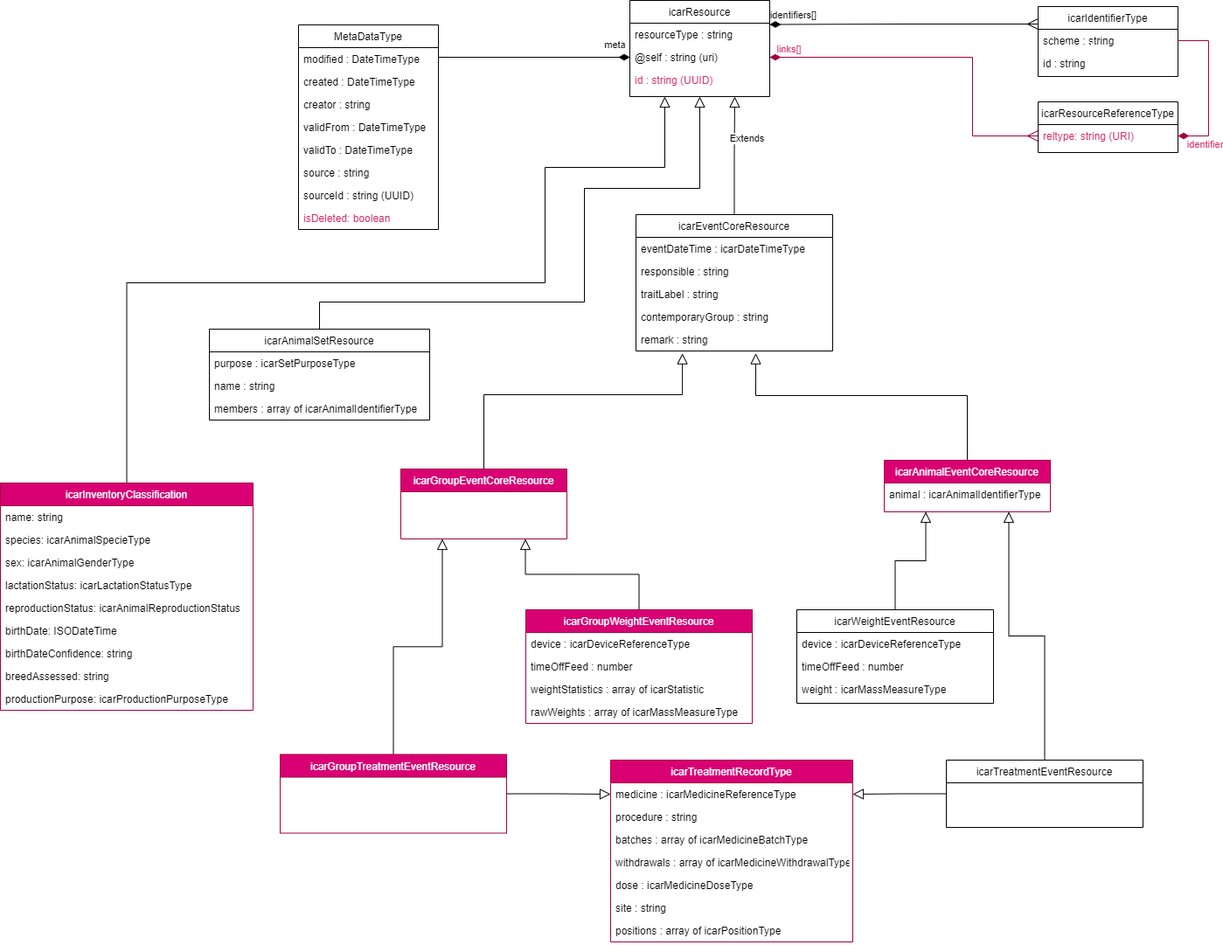
This is wiki-images/ICAR Animal Events.png from adewg/ICAR, a draw.io export, as it was before one commit. Source tidied: cells renumbered, new cells last; positions are measured from the earlier drawing's top-left corner, leaving out a move shared by most shapes.
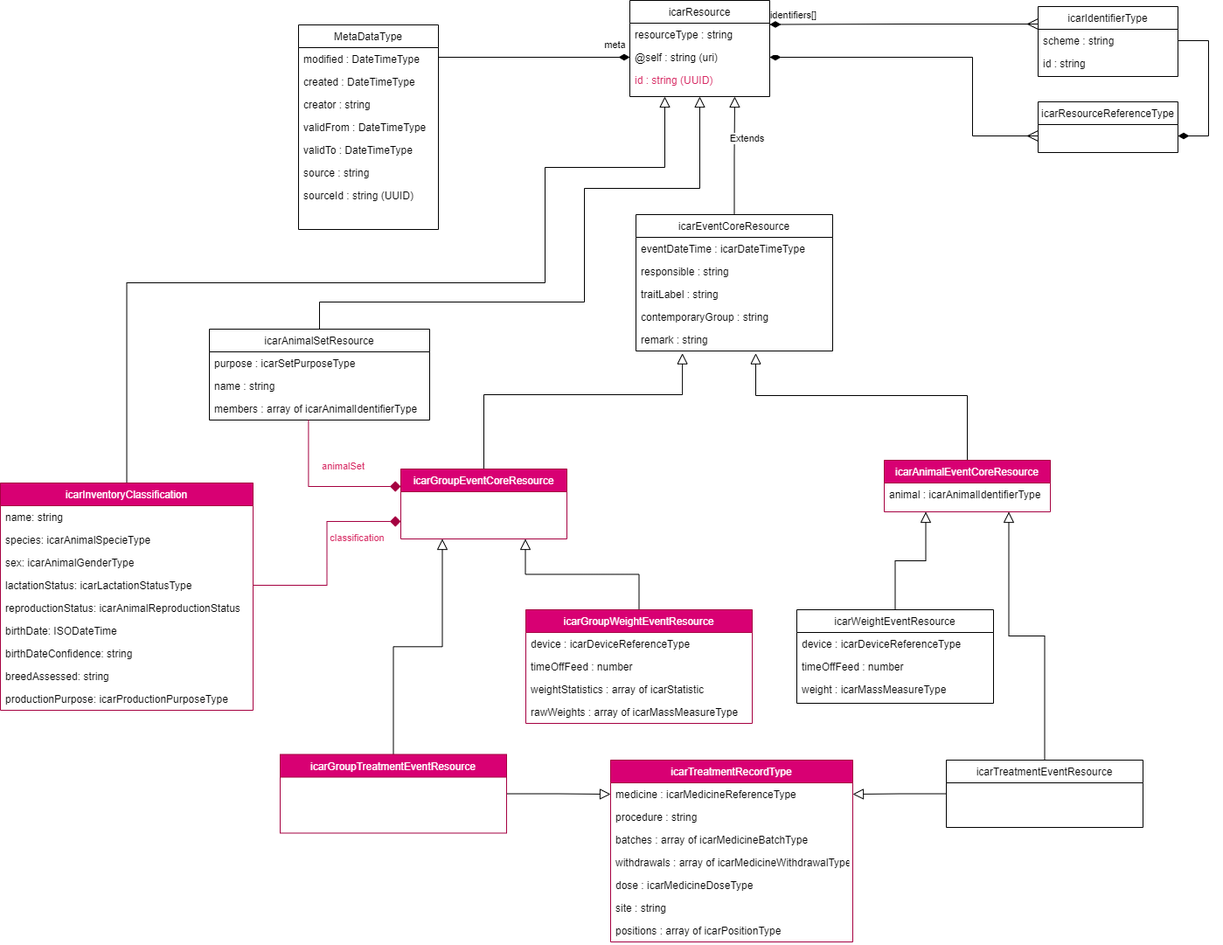
The same diagram one commit later.

Commit message:
Replace with corrected diagram links

What changed in the source:
```diff
@@ -23,7 +23,7 @@
     <mxCell id="8" value="id : string" style="text;align=left;verticalAlign=top;spacingLeft=4;spacingRight=4;overflow=hidden;rounded=0;shadow=0;html=0;" parent="6" vertex="1">
       <mxGeometry y="52" width="160" height="26" as="geometry" />
     </mxCell>
-    <mxCell id="9" value="links[]" style="edgeStyle=orthogonalEdgeStyle;rounded=0;jettySize=auto;html=1;exitX=0;exitY=0.5;exitDx=0;exitDy=0;endArrow=diamondThin;endFill=1;startArrow=ERmany;startFill=0;strokeWidth=1;endSize=10;startSize=10;fontColor=#D72B64;fillColor=#d80073;strokeColor=#A50040;entryX=1;entryY=0.5;entryDx=0;entryDy=0;" parent="1" edge="1" source="11" target="4">
+    <mxCell id="9" value="related[]" style="edgeStyle=orthogonalEdgeStyle;rounded=0;jettySize=auto;html=1;exitX=0;exitY=0.5;exitDx=0;exitDy=0;endArrow=diamondThin;endFill=1;startArrow=ERmany;startFill=0;strokeWidth=1;endSize=10;startSize=10;fontColor=#FFFFFF;entryX=1;entryY=0.5;entryDx=0;entryDy=0;" parent="1" edge="1" source="11" target="4">
       <mxGeometry x="0.89" y="-9" relative="1" as="geometry">
         <Array as="points">
           <mxPoint x="1112" y="155" />
@@ -34,7 +34,7 @@
     <mxCell id="10" value="icarResourceReferenceType" style="swimlane;fontStyle=0;align=center;verticalAlign=top;horizontal=1;startSize=26;rounded=0;shadow=0;strokeWidth=1;" parent="1" vertex="1">
       <mxGeometry x="1187" y="116" width="160" height="58" as="geometry" />
     </mxCell>
-    <mxCell id="11" value="reltype: string (URI)" style="text;align=left;verticalAlign=top;spacingLeft=4;spacingRight=4;overflow=hidden;points=[[0,0.5],[1,0.5]];portConstraint=eastwest;fontColor=#D72B64;" parent="10" vertex="1">
+    <mxCell id="11" value="reltype: string (URI)" style="text;align=left;verticalAlign=top;spacingLeft=4;spacingRight=4;overflow=hidden;points=[[0,0.5],[1,0.5]];portConstraint=eastwest;fontColor=#FFFFFF;" parent="10" vertex="1">
       <mxGeometry y="26" width="160" height="26" as="geometry" />
     </mxCell>
     <mxCell id="12" value="identifiers[]" style="edgeStyle=orthogonalEdgeStyle;rounded=0;jettySize=auto;html=1;exitX=0;exitY=0.25;exitDx=0;exitDy=0;endArrow=diamondThin;endFill=1;startArrow=ERmany;startFill=0;strokeWidth=1;endSize=10;startSize=10;entryX=1;entryY=0.25;entryDx=0;entryDy=0;" parent="1" edge="1" source="6" target="2">
@@ -72,7 +72,7 @@
     <mxCell id="21" value="sourceId : string (UUID)" style="text;align=left;verticalAlign=top;spacingLeft=4;spacingRight=4;overflow=hidden;rounded=0;shadow=0;html=0;" parent="14" vertex="1">
       <mxGeometry y="182" width="160" height="26" as="geometry" />
     </mxCell>
-    <mxCell id="22" value="isDeleted: boolean" style="text;align=left;verticalAlign=top;spacingLeft=4;spacingRight=4;overflow=hidden;rounded=0;shadow=0;html=0;fontColor=#D72B64;" parent="14" vertex="1">
+    <mxCell id="22" value="isDeleted: boolean" style="text;align=left;verticalAlign=top;spacingLeft=4;spacingRight=4;overflow=hidden;rounded=0;shadow=0;html=0;fontColor=#FFFFFF;" parent="14" vertex="1">
       <mxGeometry y="208" width="160" height="26" as="geometry" />
     </mxCell>
     <mxCell id="23" value="Extends" style="edgeStyle=orthogonalEdgeStyle;rounded=0;jettySize=auto;html=1;exitX=0.5;exitY=0;exitDx=0;exitDy=0;endArrow=block;endFill=0;strokeWidth=1;endSize=10;startSize=10;entryX=0.75;entryY=1;entryDx=0;entryDy=0;" parent="1" edge="1" source="24" target="2">
@@ -172,7 +172,7 @@
     <mxCell id="48" value="productionPurpose: icarProductionPurposeType" style="text;align=left;verticalAlign=top;spacingLeft=4;spacingRight=4;overflow=hidden;rounded=0;shadow=0;html=0;" parent="39" vertex="1">
       <mxGeometry y="234" width="289" height="26" as="geometry" />
     </mxCell>
-    <mxCell id="49" value="identifier" style="edgeStyle=orthogonalEdgeStyle;html=1;exitX=1;exitY=0.5;exitDx=0;exitDy=0;entryX=1;entryY=0.5;entryDx=0;entryDy=0;fontColor=#D72B64;endArrow=none;endFill=0;startArrow=diamondThin;startFill=1;endSize=10;startSize=10;rounded=0;fillColor=#d80073;strokeColor=#A50040;" parent="1" edge="1" source="11" target="7">
+    <mxCell id="49" value="identifier" style="edgeStyle=orthogonalEdgeStyle;html=1;exitX=1;exitY=0.5;exitDx=0;exitDy=0;entryX=1;entryY=0.5;entryDx=0;entryDy=0;fontColor=#FFFFFF;endArrow=none;endFill=0;startArrow=diamondThin;startFill=1;endSize=10;startSize=10;rounded=0;" parent="1" edge="1" source="11" target="7">
       <mxGeometry x="-0.66" y="-10" relative="1" as="geometry">
         <Array as="points">
           <mxPoint x="1382" y="155" />
@@ -188,6 +188,12 @@
         </Array>
       </mxGeometry>
     </mxCell>
+    <mxCell id="77" value="animalSet" style="edgeStyle=orthogonalEdgeStyle;rounded=0;html=1;exitX=0;exitY=0.25;exitDx=0;exitDy=0;entryX=0.45;entryY=1;entryDx=0;entryDy=0;entryPerimeter=0;fontColor=#D72B64;startArrow=diamond;startFill=1;endArrow=none;endFill=0;startSize=10;endSize=10;fillColor=#d80073;strokeColor=#A50040;" parent="1" edge="1" source="51" target="34">
+      <mxGeometry x="-0.27" y="-23" relative="1" as="geometry" />
+    </mxCell>
+    <mxCell id="78" value="classification" style="edgeStyle=orthogonalEdgeStyle;rounded=0;html=1;exitX=0;exitY=0.75;exitDx=0;exitDy=0;fontColor=#D72B64;startArrow=diamond;startFill=1;endArrow=none;endFill=0;startSize=10;endSize=10;fillColor=#d80073;strokeColor=#A50040;" parent="1" edge="1" source="51" target="43">
+      <mxGeometry x="-0.59" y="19" relative="1" as="geometry" />
+    </mxCell>
     <mxCell id="51" value="icarGroupEventCoreResource" style="swimlane;fontStyle=0;align=center;verticalAlign=top;horizontal=1;startSize=26;rounded=0;shadow=0;strokeWidth=1;strokeColor=#A50040;fillColor=#d80073;fontColor=#ffffff;" parent="1" vertex="1">
       <mxGeometry x="458" y="536" width="190" height="80" as="geometry" />
     </mxCell>
```
